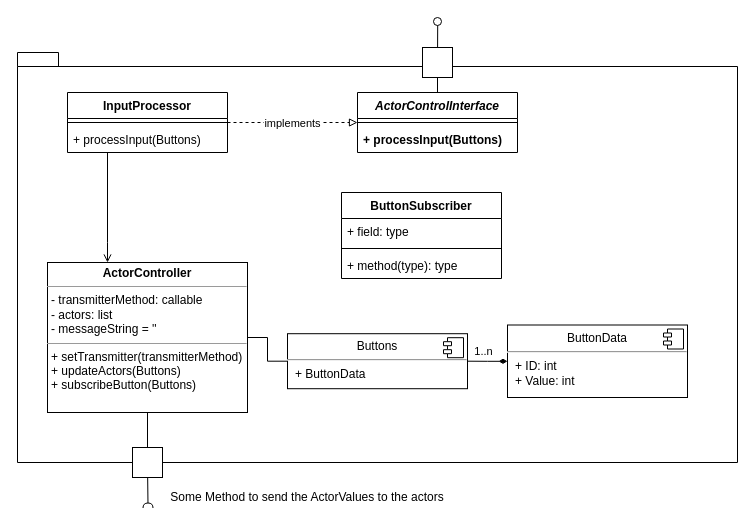
Earlier version of the draw.io diagram ActorControl/Architecture/MotorControlArchitecture.drawio (Uhgtred/HomeExplorer). Source tidied: cells renumbered, new cells numbered last; positions are measured from the earlier drawing's top-left corner, leaving out a move shared by most shapes. Both pictures are drawn from the tidied source at 100%, with x=0, y=0 at pixel (17, 17).
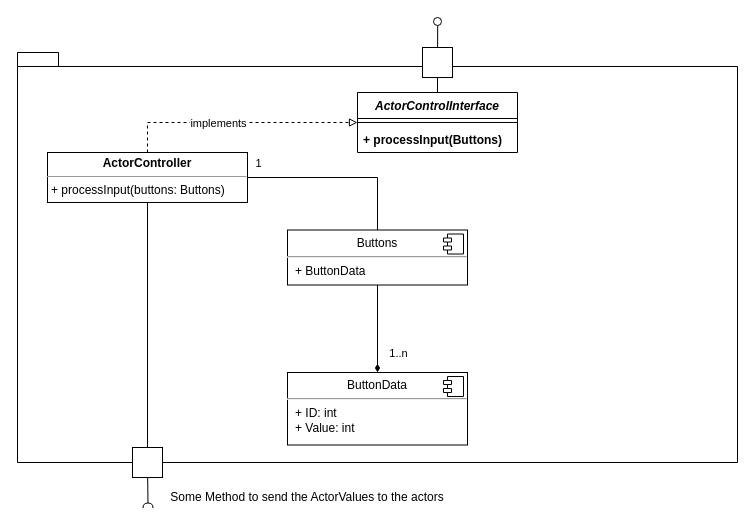
The same diagram, later.

The change refers to these unchanged cells:
```xml
<mxCell id="13" style="edgeStyle=orthogonalEdgeStyle;rounded=0;jettySize=auto;html=1;startArrow=none;startFill=0;endArrow=none;endFill=0;" parent="1" edge="1" source="14" target="6">
  <mxGeometry relative="1" as="geometry" />
</mxCell>
<mxCell id="27" style="edgeStyle=orthogonalEdgeStyle;rounded=0;jettySize=auto;html=1;endArrow=none;endFill=0;startArrow=diamondThin;startFill=1;" parent="1" edge="1" source="29" target="6">
  <mxGeometry relative="1" as="geometry" />
</mxCell>
```

What changed in the source:
```diff
@@
-    <mxCell id="3" style="edgeStyle=orthogonalEdgeStyle;rounded=0;jettySize=auto;html=1;endArrow=block;endFill=0;startArrow=none;startFill=0;dashed=1;exitX=1;exitY=0.5;exitDx=0;exitDy=0;" parent="1" edge="1" source="16">
+    <mxCell id="3" style="edgeStyle=orthogonalEdgeStyle;rounded=0;jettySize=auto;html=1;endArrow=block;endFill=0;startArrow=none;startFill=0;dashed=1;exitX=0.5;exitY=0;exitDx=0;exitDy=0;" parent="1" edge="1" source="14">
       <mxGeometry relative="1" as="geometry">
         <mxPoint x="340" y="105" as="targetPoint" />
+        <Array as="points">
+          <mxPoint x="130" y="105" />
+        </Array>
       </mxGeometry>
     </mxCell>
@@
     <mxCell id="6" value="&lt;p style=&quot;margin:0px;margin-top:6px;text-align:center;&quot;&gt;Buttons&lt;/p&gt;&lt;hr&gt;&lt;p style=&quot;margin:0px;margin-left:8px;&quot;&gt;+ ButtonData&lt;/p&gt;" style="align=left;overflow=fill;html=1;" parent="1" vertex="1">
-      <mxGeometry x="270" y="316.2" width="180" height="55" as="geometry" />
+      <mxGeometry x="270" y="212.5" width="180" height="55" as="geometry" />
     </mxCell>
@@
+    <mxCell id="34" value="1" style="edgeLabel;html=1;align=center;verticalAlign=middle;" parent="13" vertex="1">
+      <mxGeometry x="-0.64" relative="1" as="geometry">
+        <mxPoint x="-23" y="-15" as="offset" />
+      </mxGeometry>
+    </mxCell>
-    <mxCell id="14" value="&lt;p style=&quot;margin:0px;margin-top:4px;text-align:center;&quot;&gt;&lt;b&gt;ActorController&lt;/b&gt;&lt;/p&gt;&lt;hr size=&quot;1&quot;&gt;&lt;p style=&quot;margin:0px;margin-left:4px;&quot;&gt;- transmitterMethod: callable&lt;/p&gt;&lt;p style=&quot;margin:0px;margin-left:4px;&quot;&gt;- actors: list&amp;nbsp;&lt;/p&gt;&lt;p style=&quot;margin:0px;margin-left:4px;&quot;&gt;- messageString = ''&lt;/p&gt;&lt;hr size=&quot;1&quot;&gt;&lt;p style=&quot;margin:0px;margin-left:4px;&quot;&gt;+ setTransmitter(transmitterMethod)&lt;/p&gt;&lt;p style=&quot;margin:0px;margin-left:4px;&quot;&gt;+ updateActors(Buttons)&lt;br&gt;&lt;/p&gt;&lt;p style=&quot;margin:0px;margin-left:4px;&quot;&gt;+ subscribeButton(Buttons)&lt;/p&gt;" style="verticalAlign=top;align=left;overflow=fill;fontSize=12;fontFamily=Helvetica;html=1;" parent="1" vertex="1">
-      <mxGeometry x="30" y="245" width="200" height="150" as="geometry" />
+    <mxCell id="14" value="&lt;p style=&quot;margin:0px;margin-top:4px;text-align:center;&quot;&gt;&lt;b&gt;ActorController&lt;/b&gt;&lt;/p&gt;&lt;hr size=&quot;1&quot;&gt;&lt;p style=&quot;margin:0px;margin-left:4px;&quot;&gt;&lt;/p&gt;&lt;p style=&quot;margin:0px;margin-left:4px;&quot;&gt;+ processInput(buttons: Buttons)&lt;/p&gt;" style="verticalAlign=top;align=left;overflow=fill;fontSize=12;fontFamily=Helvetica;html=1;" parent="1" vertex="1">
+      <mxGeometry x="30" y="135" width="200" height="50" as="geometry" />
     </mxCell>
-    <mxCell id="15" style="edgeStyle=orthogonalEdgeStyle;rounded=0;jettySize=auto;html=1;startArrow=none;startFill=0;endArrow=open;endFill=0;" parent="1" edge="1" source="16" target="14">
-      <mxGeometry relative="1" as="geometry">
-        <Array as="points">
-          <mxPoint x="90" y="225" />
-          <mxPoint x="90" y="225" />
-        </Array>
-      </mxGeometry>
-    </mxCell>
-    <mxCell id="16" value="InputProcessor" style="swimlane;fontStyle=1;align=center;verticalAlign=top;horizontal=1;startSize=26;" parent="1" vertex="1">
-      <mxGeometry x="50" y="75" width="160" height="60" as="geometry" />
-    </mxCell>
-    <mxCell id="17" style="line;strokeWidth=1;fillColor=none;align=left;verticalAlign=middle;spacingTop=-1;spacingLeft=3;spacingRight=3;labelPosition=right;strokeColor=inherit;" parent="16" vertex="1">
-      <mxGeometry y="26" width="160" height="8" as="geometry" />
-    </mxCell>
-    <mxCell id="18" value="+ processInput(Buttons)" style="text;strokeColor=none;fillColor=none;align=left;verticalAlign=top;spacingLeft=4;spacingRight=4;overflow=hidden;" parent="16" vertex="1">
-      <mxGeometry y="34" width="160" height="26" as="geometry" />
-    </mxCell>
@@
     <mxCell id="28" value="1..n" style="edgeLabel;html=1;align=center;verticalAlign=middle;" parent="27" vertex="1">
       <mxGeometry x="0.24" relative="1" as="geometry">
-        <mxPoint y="-10" as="offset" />
+        <mxPoint x="20" y="34" as="offset" />
       </mxGeometry>
     </mxCell>
     <mxCell id="29" value="&lt;p style=&quot;margin:0px;margin-top:6px;text-align:center;&quot;&gt;ButtonData&lt;/p&gt;&lt;hr&gt;&lt;p style=&quot;margin:0px;margin-left:8px;&quot;&gt;+ ID: int&lt;/p&gt;&lt;p style=&quot;margin:0px;margin-left:8px;&quot;&gt;+ Value: int&lt;/p&gt;" style="align=left;overflow=fill;html=1;" parent="1" vertex="1">
-      <mxGeometry x="490" y="307.5" width="180" height="72.5" as="geometry" />
+      <mxGeometry x="270" y="355" width="180" height="72.5" as="geometry" />
     </mxCell>
@@
-    <mxCell id="31" value="ButtonSubscriber" style="swimlane;fontStyle=1;align=center;verticalAlign=top;horizontal=1;startSize=26;" parent="1" vertex="1">
-      <mxGeometry x="324" y="175" width="160" height="86" as="geometry" />
-    </mxCell>
-    <mxCell id="32" value="+ field: type" style="text;strokeColor=none;fillColor=none;align=left;verticalAlign=top;spacingLeft=4;spacingRight=4;overflow=hidden;" parent="31" vertex="1">
-      <mxGeometry y="26" width="160" height="26" as="geometry" />
-    </mxCell>
-    <mxCell id="33" style="line;strokeWidth=1;fillColor=none;align=left;verticalAlign=middle;spacingTop=-1;spacingLeft=3;spacingRight=3;labelPosition=right;strokeColor=inherit;" parent="31" vertex="1">
-      <mxGeometry y="52" width="160" height="8" as="geometry" />
-    </mxCell>
-    <mxCell id="34" value="+ method(type): type" style="text;strokeColor=none;fillColor=none;align=left;verticalAlign=top;spacingLeft=4;spacingRight=4;overflow=hidden;" parent="31" vertex="1">
-      <mxGeometry y="60" width="160" height="26" as="geometry" />
-    </mxCell>
```
